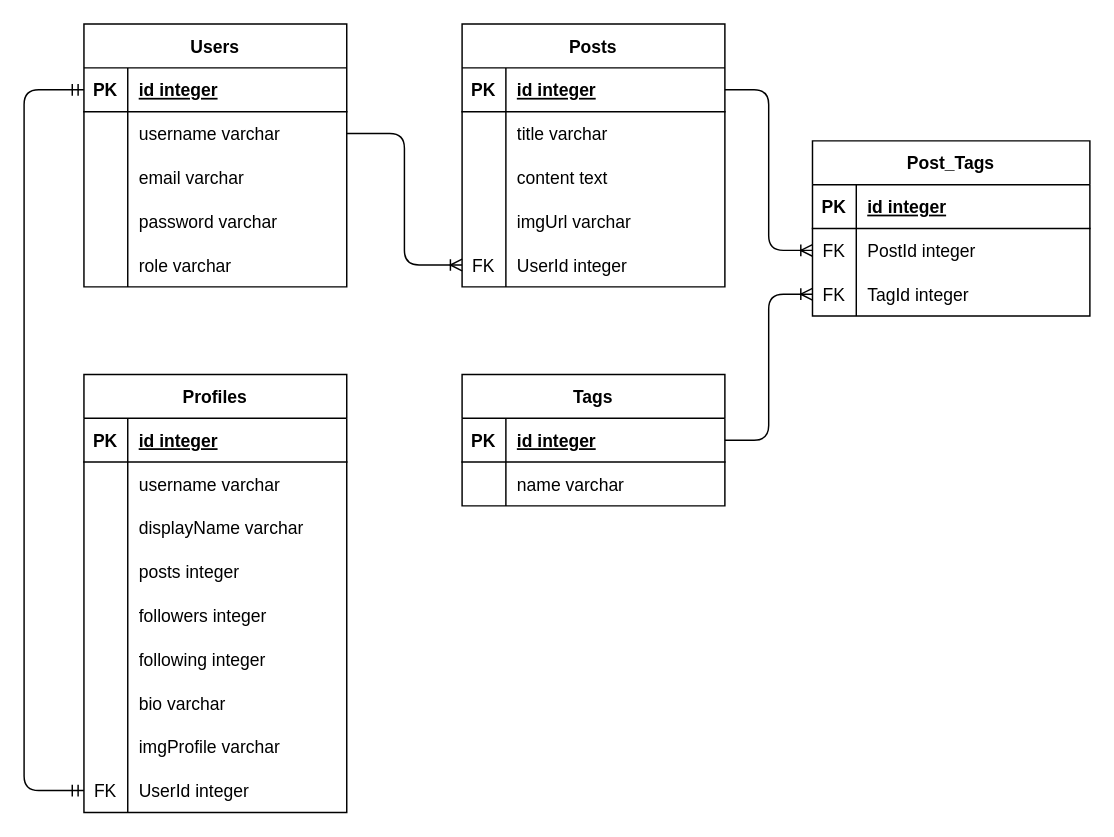
Earlier version of the draw.io diagram schema_db.drawio (zainalalmasyhur/pair_project). Source tidied: cells renumbered, new cells numbered last; positions are measured from the earlier drawing's top-left corner, leaving out a move shared by most shapes. Both pictures are drawn from the tidied source at 146%, with x=0, y=0 at pixel (23, 23).
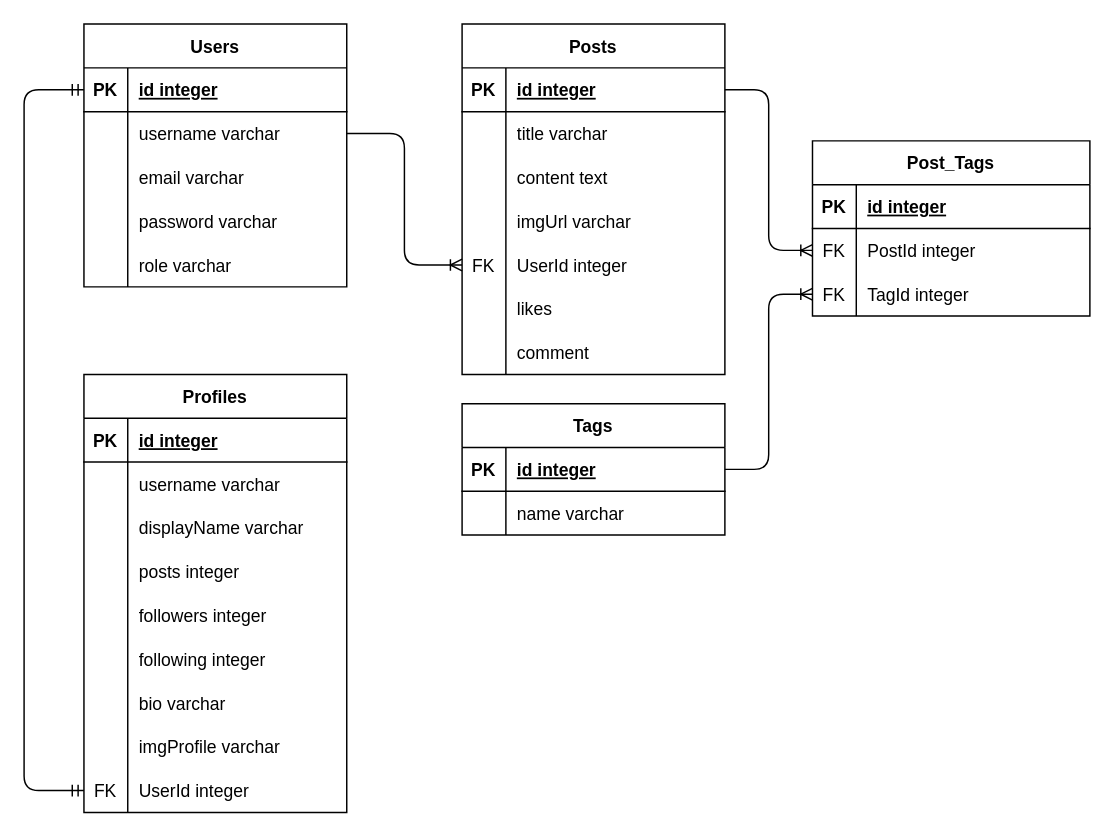
Above is the later version.

Diff of the diagram source:
```diff
@@
     <mxCell id="18" value="Posts" style="shape=table;startSize=30;childLayout=tableLayout;rowLines=0;fontStyle=1;align=center;" parent="1" vertex="1">
-      <mxGeometry x="300" width="180" height="180" as="geometry" />
+      <mxGeometry x="300" width="180" height="240" as="geometry" />
     </mxCell>
@@
+    <mxCell id="83" style="shape=tableRow;horizontal=0;startSize=0;swimlaneHead=0;swimlaneBody=0;fillColor=none;top=0;left=0;right=0;bottom=0;" parent="18" vertex="1">
+      <mxGeometry y="180" width="180" height="30" as="geometry" />
+    </mxCell>
+    <mxCell id="84" style="shape=partialRectangle;fillColor=none;top=0;left=0;bottom=0;right=0;overflow=hidden;" parent="83" vertex="1">
+      <mxGeometry width="30" height="30" as="geometry" />
+    </mxCell>
+    <mxCell id="85" value="likes" style="shape=partialRectangle;fillColor=none;top=0;left=0;bottom=0;right=0;align=left;spacingLeft=6;overflow=hidden;" parent="83" vertex="1">
+      <mxGeometry x="30" width="150" height="30" as="geometry" />
+    </mxCell>
+    <mxCell id="86" style="shape=tableRow;horizontal=0;startSize=0;swimlaneHead=0;swimlaneBody=0;fillColor=none;top=0;left=0;right=0;bottom=0;" parent="18" vertex="1">
+      <mxGeometry y="210" width="180" height="30" as="geometry" />
+    </mxCell>
+    <mxCell id="87" style="shape=partialRectangle;fillColor=none;top=0;left=0;bottom=0;right=0;overflow=hidden;" parent="86" vertex="1">
+      <mxGeometry width="30" height="30" as="geometry" />
+    </mxCell>
+    <mxCell id="88" value="comment" style="shape=partialRectangle;fillColor=none;top=0;left=0;bottom=0;right=0;align=left;spacingLeft=6;overflow=hidden;" parent="86" vertex="1">
+      <mxGeometry x="30" width="150" height="30" as="geometry" />
+    </mxCell>
     <mxCell id="34" value="Tags" style="shape=table;startSize=30;childLayout=tableLayout;rowLines=0;fontStyle=1;align=center;" parent="1" vertex="1">
-      <mxGeometry x="300" y="240" width="180" height="90" as="geometry" />
+      <mxGeometry x="300" y="260" width="180" height="90" as="geometry" />
     </mxCell>
```
